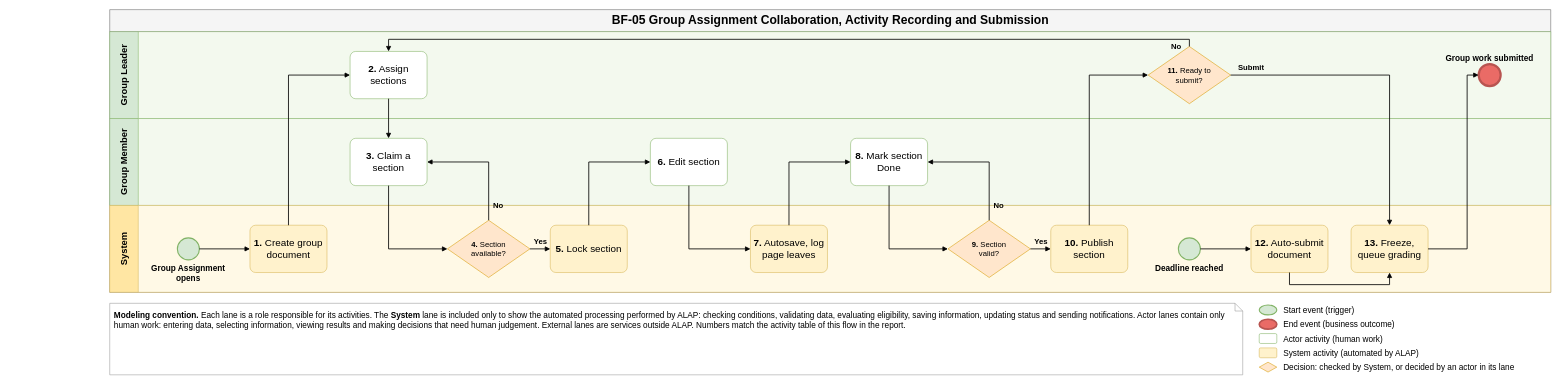
The draw.io diagram aidlc-docs/inception/main-business-flows/BF-05-Group-Assignment-Collaboration-and-Submission.drawio in hygef-v4/AI-Powered-Learning-Platform, before the edit. Source tidied: cells renumbered, new cells numbered last; positions are measured from the earlier drawing's top-left corner, leaving out a move shared by most shapes. Both pictures are drawn from the tidied source at 55%, with x=0, y=0 at pixel (109, 9).
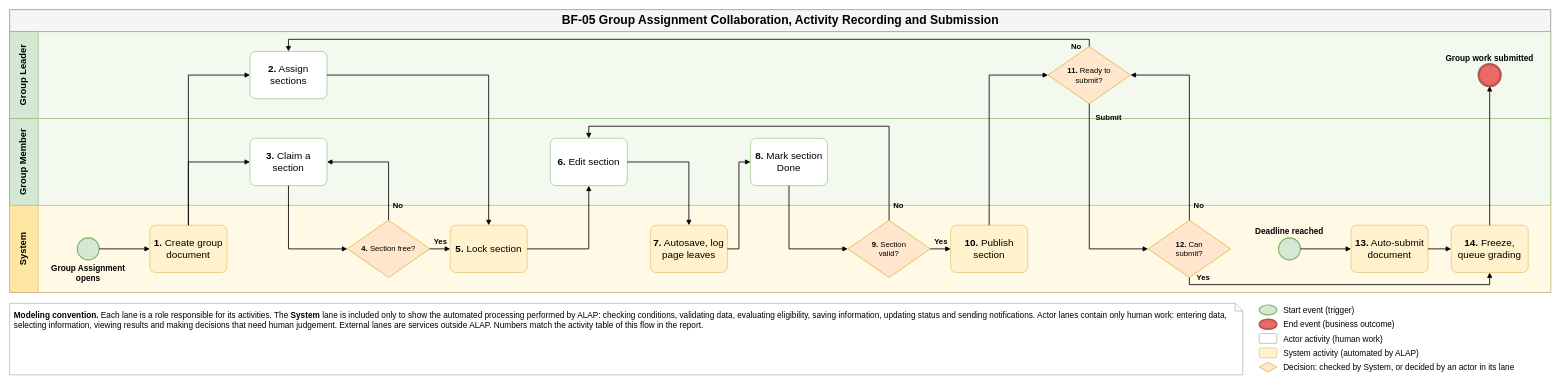
Above is the later version.

Unchanged cells that the change refers to:
```xml
<mxCell id="7" value="&lt;b&gt;1.&lt;/b&gt; Create group document" style="rounded=1;whiteSpace=wrap;html=1;fillColor=#FFF2CC;strokeColor=#D6B656;fontSize=18;spacing=4;arcSize=12;" parent="5" vertex="1">
  <mxGeometry x="255" y="36" width="140" height="86" as="geometry" />
</mxCell>
<mxCell id="8" value="&lt;b&gt;2.&lt;/b&gt; Assign sections" style="rounded=1;whiteSpace=wrap;html=1;fillColor=#FFFFFF;strokeColor=#82B366;fontSize=18;spacing=4;arcSize=12;" parent="3" vertex="1">
  <mxGeometry x="437" y="36" width="140" height="86" as="geometry" />
</mxCell>
<mxCell id="9" value="&lt;b&gt;3.&lt;/b&gt; Claim a section" style="rounded=1;whiteSpace=wrap;html=1;fillColor=#FFFFFF;strokeColor=#82B366;fontSize=18;spacing=4;arcSize=12;" parent="4" vertex="1">
  <mxGeometry x="437" y="36" width="140" height="86" as="geometry" />
</mxCell>
<mxCell id="11" value="&lt;b&gt;5.&lt;/b&gt; Lock section" style="rounded=1;whiteSpace=wrap;html=1;fillColor=#FFF2CC;strokeColor=#D6B656;fontSize=18;spacing=4;arcSize=12;" parent="5" vertex="1">
  <mxGeometry x="801" y="36" width="140" height="86" as="geometry" />
</mxCell>
<mxCell id="12" value="&lt;b&gt;6.&lt;/b&gt; Edit section" style="rounded=1;whiteSpace=wrap;html=1;fillColor=#FFFFFF;strokeColor=#82B366;fontSize=18;spacing=4;arcSize=12;" parent="4" vertex="1">
  <mxGeometry x="983" y="36" width="140" height="86" as="geometry" />
</mxCell>
<mxCell id="13" value="&lt;b&gt;7.&lt;/b&gt; Autosave, log page leaves" style="rounded=1;whiteSpace=wrap;html=1;fillColor=#FFF2CC;strokeColor=#D6B656;fontSize=18;spacing=4;arcSize=12;" parent="5" vertex="1">
  <mxGeometry x="1165" y="36" width="140" height="86" as="geometry" />
</mxCell>
<mxCell id="14" value="&lt;b&gt;8.&lt;/b&gt; Mark section Done" style="rounded=1;whiteSpace=wrap;html=1;fillColor=#FFFFFF;strokeColor=#82B366;fontSize=18;spacing=4;arcSize=12;" parent="4" vertex="1">
  <mxGeometry x="1347" y="36" width="140" height="86" as="geometry" />
</mxCell>
<mxCell id="15" value="&lt;b&gt;9.&lt;/b&gt; Section valid?" style="rhombus;whiteSpace=wrap;html=1;fillColor=#FFE6CC;strokeColor=#D79B00;fontSize=14;spacing=0;spacingLeft=26;spacingRight=26;" parent="5" vertex="1">
  <mxGeometry x="1524" y="27" width="150" height="104" as="geometry" />
</mxCell>
<mxCell id="16" value="&lt;b&gt;10.&lt;/b&gt; Publish section" style="rounded=1;whiteSpace=wrap;html=1;fillColor=#FFF2CC;strokeColor=#D6B656;fontSize=18;spacing=4;arcSize=12;" parent="5" vertex="1">
  <mxGeometry x="1711" y="36" width="140" height="86" as="geometry" />
</mxCell>
<mxCell id="17" value="&lt;b&gt;11.&lt;/b&gt; Ready to submit?" style="rhombus;whiteSpace=wrap;html=1;fillColor=#FFE6CC;strokeColor=#D79B00;fontSize=14;spacing=0;spacingLeft=26;spacingRight=26;" parent="3" vertex="1">
  <mxGeometry x="1888" y="27" width="150" height="104" as="geometry" />
</mxCell>
```

The edit, as a diff of the source:
```diff
@@
     <mxCell id="2" value="BF-05 Group Assignment Collaboration, Activity Recording and Submission" style="swimlane;horizontal=1;startSize=40;html=1;fontSize=22;fontStyle=1;align=center;verticalAlign=middle;fillColor=#F5F5F5;strokeColor=#666666;" parent="1" vertex="1">
-      <mxGeometry width="2620" height="514" as="geometry" />
+      <mxGeometry x="-182" width="2802" height="514" as="geometry" />
     </mxCell>
     <mxCell id="3" value="Group Leader" style="swimlane;startSize=52;horizontal=0;html=1;whiteSpace=wrap;fillColor=#D5E8D4;swimlaneFillColor=#F3F9EE;strokeColor=#82B366;fontSize=17;fontStyle=1;align=center;verticalAlign=middle;spacing=4;" parent="2" vertex="1">
-      <mxGeometry y="40" width="2620" height="158" as="geometry" />
+      <mxGeometry y="40" width="2802" height="158" as="geometry" />
     </mxCell>
     <mxCell id="4" value="Group Member" style="swimlane;startSize=52;horizontal=0;html=1;whiteSpace=wrap;fillColor=#D5E8D4;swimlaneFillColor=#F3F9EE;strokeColor=#82B366;fontSize=17;fontStyle=1;align=center;verticalAlign=middle;spacing=4;" parent="2" vertex="1">
-      <mxGeometry y="198" width="2620" height="158" as="geometry" />
+      <mxGeometry y="198" width="2802" height="158" as="geometry" />
     </mxCell>
     <mxCell id="5" value="System" style="swimlane;startSize=52;horizontal=0;html=1;whiteSpace=wrap;fillColor=#FFE6A3;swimlaneFillColor=#FFF9E6;strokeColor=#D6B656;fontSize=17;fontStyle=1;align=center;verticalAlign=middle;spacing=4;" parent="2" vertex="1">
-      <mxGeometry y="356" width="2620" height="158" as="geometry" />
+      <mxGeometry y="356" width="2802" height="158" as="geometry" />
     </mxCell>
@@
-    <mxCell id="10" value="&lt;b&gt;4.&lt;/b&gt; Section available?" style="rhombus;whiteSpace=wrap;html=1;fillColor=#FFE6CC;strokeColor=#D79B00;fontSize=14;spacing=0;spacingLeft=26;spacingRight=26;" parent="5" vertex="1">
+    <mxCell id="10" value="&lt;b&gt;4.&lt;/b&gt; Section free?" style="rhombus;whiteSpace=wrap;html=1;fillColor=#FFE6CC;strokeColor=#D79B00;fontSize=14;spacing=0;spacingLeft=26;spacingRight=26;" parent="5" vertex="1">
       <mxGeometry x="614" y="27" width="150" height="104" as="geometry" />
     </mxCell>
@@
+    <mxCell id="51" value="&lt;b&gt;12.&lt;/b&gt; Can submit?" style="rhombus;whiteSpace=wrap;html=1;fillColor=#FFE6CC;strokeColor=#D79B00;fontSize=14;spacing=0;spacingLeft=26;spacingRight=26;" parent="5" vertex="1">
+      <mxGeometry x="2070" y="27" width="150" height="104" as="geometry" />
+    </mxCell>
-    <mxCell id="18" value="&lt;b&gt;13.&lt;/b&gt; Freeze, queue grading" style="rounded=1;whiteSpace=wrap;html=1;fillColor=#FFF2CC;strokeColor=#D6B656;fontSize=18;spacing=4;arcSize=12;" parent="5" vertex="1">
-      <mxGeometry x="2257" y="36" width="140" height="86" as="geometry" />
+    <mxCell id="18" value="&lt;b&gt;13.&lt;/b&gt; Auto-submit document" style="rounded=1;whiteSpace=wrap;html=1;fillColor=#FFF2CC;strokeColor=#D6B656;fontSize=18;spacing=4;arcSize=12;" parent="5" vertex="1">
+      <mxGeometry x="2439" y="36" width="140" height="86" as="geometry" />
     </mxCell>
+    <mxCell id="21" value="&lt;b&gt;14.&lt;/b&gt; Freeze, queue grading" style="rounded=1;whiteSpace=wrap;html=1;fillColor=#FFF2CC;strokeColor=#D6B656;fontSize=18;spacing=4;arcSize=12;" parent="5" vertex="1">
+      <mxGeometry x="2621" y="36" width="140" height="86" as="geometry" />
+    </mxCell>
+    <mxCell id="20" value="Deadline reached" style="ellipse;html=1;fillColor=#D5E8D4;strokeColor=#82B366;strokeWidth=2;fontStyle=1;fontSize=15;whiteSpace=wrap;labelWidth=170;verticalLabelPosition=top;verticalAlign=bottom;labelPosition=center;align=center;" parent="5" vertex="1">
+      <mxGeometry x="2307" y="59" width="40" height="40" as="geometry" />
+    </mxCell>
     <mxCell id="19" value="Group work submitted" style="ellipse;html=1;fillColor=#EA6B66;strokeColor=#B85450;strokeWidth=4;fontStyle=1;fontSize=15;whiteSpace=wrap;labelWidth=170;verticalLabelPosition=top;verticalAlign=bottom;labelPosition=center;align=center;" parent="3" vertex="1">
-      <mxGeometry x="2489" y="59" width="40" height="40" as="geometry" />
+      <mxGeometry x="2671" y="59" width="40" height="40" as="geometry" />
     </mxCell>
-    <mxCell id="20" value="Deadline reached" style="ellipse;html=1;fillColor=#D5E8D4;strokeColor=#82B366;strokeWidth=2;fontStyle=1;fontSize=15;whiteSpace=wrap;labelWidth=170;verticalLabelPosition=bottom;verticalAlign=top;labelPosition=center;align=center;" parent="5" vertex="1">
-      <mxGeometry x="1943" y="59" width="40" height="40" as="geometry" />
-    </mxCell>
-    <mxCell id="21" value="&lt;b&gt;12.&lt;/b&gt; Auto-submit document" style="rounded=1;whiteSpace=wrap;html=1;fillColor=#FFF2CC;strokeColor=#D6B656;fontSize=18;spacing=4;arcSize=12;" parent="5" vertex="1">
-      <mxGeometry x="2075" y="36" width="140" height="86" as="geometry" />
-    </mxCell>
@@
     <mxCell id="23" style="edgeStyle=none;rounded=0;html=1;endArrow=block;endFill=1;strokeWidth=1.5;labelBackgroundColor=none;fontSize=14;fontStyle=1;align=center;exitX=0.5;exitY=0;exitDx=0;exitDy=0;entryX=0;entryY=0.5;entryDx=0;entryDy=0;" parent="1" edge="1" source="7" target="8">
       <mxGeometry relative="1" as="geometry">
         <Array as="points">
-          <mxPoint x="325" y="119" />
+          <mxPoint x="143" y="119" />
         </Array>
       </mxGeometry>
     </mxCell>
-    <mxCell id="24" style="edgeStyle=none;rounded=0;html=1;endArrow=block;endFill=1;strokeWidth=1.5;labelBackgroundColor=none;fontSize=14;fontStyle=1;align=center;exitX=0.5;exitY=1;exitDx=0;exitDy=0;entryX=0.5;entryY=0;entryDx=0;entryDy=0;" parent="1" edge="1" source="8" target="9">
-      <mxGeometry relative="1" as="geometry" />
+    <mxCell id="24" style="edgeStyle=none;rounded=0;html=1;endArrow=block;endFill=1;strokeWidth=1.5;labelBackgroundColor=none;fontSize=14;fontStyle=1;align=center;exitX=0.5;exitY=0;exitDx=0;exitDy=0;entryX=0;entryY=0.5;entryDx=0;entryDy=0;" parent="1" edge="1" source="7" target="9">
+      <mxGeometry relative="1" as="geometry">
+        <Array as="points">
+          <mxPoint x="143" y="277" />
+        </Array>
+      </mxGeometry>
     </mxCell>
-    <mxCell id="25" style="edgeStyle=none;rounded=0;html=1;endArrow=block;endFill=1;strokeWidth=1.5;labelBackgroundColor=none;fontSize=14;fontStyle=1;align=center;exitX=0.5;exitY=1;exitDx=0;exitDy=0;entryX=0;entryY=0.5;entryDx=0;entryDy=0;" parent="1" edge="1" source="9" target="10">
+    <mxCell id="25" style="edgeStyle=none;rounded=0;html=1;endArrow=block;endFill=1;strokeWidth=1.5;labelBackgroundColor=none;fontSize=14;fontStyle=1;align=center;exitX=1;exitY=0.5;exitDx=0;exitDy=0;entryX=0.5;entryY=0;entryDx=0;entryDy=0;" parent="1" edge="1" source="8" target="11">
       <mxGeometry relative="1" as="geometry">
         <Array as="points">
-          <mxPoint x="507" y="435" />
+          <mxPoint x="689" y="119" />
         </Array>
       </mxGeometry>
     </mxCell>
-    <mxCell id="26" value="No" style="edgeStyle=none;rounded=0;html=1;endArrow=block;endFill=1;strokeWidth=1.5;labelBackgroundColor=none;fontSize=14;fontStyle=1;align=center;exitX=0.5;exitY=0;exitDx=0;exitDy=0;entryX=1;entryY=0.5;entryDx=0;entryDy=0;" parent="1" edge="1" source="10" target="9">
-      <mxGeometry x="-0.76" relative="1" as="geometry">
+    <mxCell id="26" style="edgeStyle=none;rounded=0;html=1;endArrow=block;endFill=1;strokeWidth=1.5;labelBackgroundColor=none;fontSize=14;fontStyle=1;align=center;exitX=0.5;exitY=1;exitDx=0;exitDy=0;entryX=0;entryY=0.5;entryDx=0;entryDy=0;" parent="1" edge="1" source="9" target="10">
+      <mxGeometry relative="1" as="geometry">
         <Array as="points">
-          <mxPoint x="689" y="277" />
+          <mxPoint x="325" y="435" />
         </Array>
-        <mxPoint x="17" as="offset" />
       </mxGeometry>
     </mxCell>
-    <mxCell id="27" value="Yes" style="edgeStyle=none;rounded=0;html=1;endArrow=block;endFill=1;strokeWidth=1.5;labelBackgroundColor=none;fontSize=14;fontStyle=1;align=center;exitX=1;exitY=0.5;exitDx=0;exitDy=0;entryX=0;entryY=0.5;entryDx=0;entryDy=0;" parent="1" edge="1" source="10" target="11">
-      <mxGeometry relative="1" as="geometry">
-        <mxPoint y="-13" as="offset" />
+    <mxCell id="27" value="No" style="edgeStyle=none;rounded=0;html=1;endArrow=block;endFill=1;strokeWidth=1.5;labelBackgroundColor=none;fontSize=14;fontStyle=1;align=center;exitX=0.5;exitY=0;exitDx=0;exitDy=0;entryX=1;entryY=0.5;entryDx=0;entryDy=0;" parent="1" edge="1" source="10" target="9">
+      <mxGeometry x="-0.76" relative="1" as="geometry">
+        <Array as="points">
+          <mxPoint x="507" y="277" />
+        </Array>
+        <mxPoint x="17" as="offset" />
       </mxGeometry>
     </mxCell>
-    <mxCell id="28" style="edgeStyle=none;rounded=0;html=1;endArrow=block;endFill=1;strokeWidth=1.5;labelBackgroundColor=none;fontSize=14;fontStyle=1;align=center;exitX=0.5;exitY=0;exitDx=0;exitDy=0;entryX=0;entryY=0.5;entryDx=0;entryDy=0;" parent="1" edge="1" source="11" target="12">
+    <mxCell id="28" value="Yes" style="edgeStyle=none;rounded=0;html=1;endArrow=block;endFill=1;strokeWidth=1.5;labelBackgroundColor=none;fontSize=14;fontStyle=1;align=center;exitX=1;exitY=0.5;exitDx=0;exitDy=0;entryX=0;entryY=0.5;entryDx=0;entryDy=0;" parent="1" edge="1" source="10" target="11">
       <mxGeometry relative="1" as="geometry">
-        <Array as="points">
-          <mxPoint x="871" y="277" />
-        </Array>
+        <mxPoint y="-13" as="offset" />
       </mxGeometry>
     </mxCell>
-    <mxCell id="29" style="edgeStyle=none;rounded=0;html=1;endArrow=block;endFill=1;strokeWidth=1.5;labelBackgroundColor=none;fontSize=14;fontStyle=1;align=center;exitX=0.5;exitY=1;exitDx=0;exitDy=0;entryX=0;entryY=0.5;entryDx=0;entryDy=0;" parent="1" edge="1" source="12" target="13">
+    <mxCell id="29" style="edgeStyle=none;rounded=0;html=1;endArrow=block;endFill=1;strokeWidth=1.5;labelBackgroundColor=none;fontSize=14;fontStyle=1;align=center;exitX=1;exitY=0.5;exitDx=0;exitDy=0;entryX=0.5;entryY=1;entryDx=0;entryDy=0;" parent="1" edge="1" source="11" target="12">
       <mxGeometry relative="1" as="geometry">
         <Array as="points">
-          <mxPoint x="1053" y="435" />
+          <mxPoint x="871" y="435" />
         </Array>
       </mxGeometry>
     </mxCell>
-    <mxCell id="30" style="edgeStyle=none;rounded=0;html=1;endArrow=block;endFill=1;strokeWidth=1.5;labelBackgroundColor=none;fontSize=14;fontStyle=1;align=center;exitX=0.5;exitY=0;exitDx=0;exitDy=0;entryX=0;entryY=0.5;entryDx=0;entryDy=0;" parent="1" edge="1" source="13" target="14">
+    <mxCell id="30" style="edgeStyle=none;rounded=0;html=1;endArrow=block;endFill=1;strokeWidth=1.5;labelBackgroundColor=none;fontSize=14;fontStyle=1;align=center;exitX=1;exitY=0.5;exitDx=0;exitDy=0;entryX=0.5;entryY=0;entryDx=0;entryDy=0;" parent="1" edge="1" source="12" target="13">
       <mxGeometry relative="1" as="geometry">
         <Array as="points">
-          <mxPoint x="1235" y="277" />
+          <mxPoint x="1053" y="277" />
         </Array>
       </mxGeometry>
     </mxCell>
-    <mxCell id="31" style="edgeStyle=none;rounded=0;html=1;endArrow=block;endFill=1;strokeWidth=1.5;labelBackgroundColor=none;fontSize=14;fontStyle=1;align=center;exitX=0.5;exitY=1;exitDx=0;exitDy=0;entryX=0;entryY=0.5;entryDx=0;entryDy=0;" parent="1" edge="1" source="14" target="15">
+    <mxCell id="31" style="edgeStyle=none;rounded=0;html=1;endArrow=block;endFill=1;strokeWidth=1.5;labelBackgroundColor=none;fontSize=14;fontStyle=1;align=center;exitX=1;exitY=0.5;exitDx=0;exitDy=0;entryX=0;entryY=0.5;entryDx=0;entryDy=0;" parent="1" edge="1" source="13" target="14">
       <mxGeometry relative="1" as="geometry">
         <Array as="points">
-          <mxPoint x="1417" y="435" />
+          <mxPoint x="1144" y="435" />
+          <mxPoint x="1144" y="277" />
         </Array>
       </mxGeometry>
     </mxCell>
-    <mxCell id="32" value="No" style="edgeStyle=none;rounded=0;html=1;endArrow=block;endFill=1;strokeWidth=1.5;labelBackgroundColor=none;fontSize=14;fontStyle=1;align=center;exitX=0.5;exitY=0;exitDx=0;exitDy=0;entryX=1;entryY=0.5;entryDx=0;entryDy=0;" parent="1" edge="1" source="15" target="14">
-      <mxGeometry x="-0.76" relative="1" as="geometry">
+    <mxCell id="32" style="edgeStyle=none;rounded=0;html=1;endArrow=block;endFill=1;strokeWidth=1.5;labelBackgroundColor=none;fontSize=14;fontStyle=1;align=center;exitX=0.5;exitY=1;exitDx=0;exitDy=0;entryX=0;entryY=0.5;entryDx=0;entryDy=0;" parent="1" edge="1" source="14" target="15">
+      <mxGeometry relative="1" as="geometry">
         <Array as="points">
-          <mxPoint x="1599" y="277" />
+          <mxPoint x="1235" y="435" />
         </Array>
-        <mxPoint x="17" as="offset" />
       </mxGeometry>
     </mxCell>
-    <mxCell id="33" value="Yes" style="edgeStyle=none;rounded=0;html=1;endArrow=block;endFill=1;strokeWidth=1.5;labelBackgroundColor=none;fontSize=14;fontStyle=1;align=center;exitX=1;exitY=0.5;exitDx=0;exitDy=0;entryX=0;entryY=0.5;entryDx=0;entryDy=0;" parent="1" edge="1" source="15" target="16">
-      <mxGeometry relative="1" as="geometry">
-        <mxPoint y="-13" as="offset" />
+    <mxCell id="33" value="No" style="edgeStyle=none;rounded=0;html=1;endArrow=block;endFill=1;strokeWidth=1.5;labelBackgroundColor=none;fontSize=14;fontStyle=1;align=center;exitX=0.5;exitY=0;exitDx=0;exitDy=0;entryX=0.5;entryY=0;entryDx=0;entryDy=0;" parent="1" edge="1" source="15" target="12">
+      <mxGeometry x="-0.93" relative="1" as="geometry">
+        <Array as="points">
+          <mxPoint x="1417" y="212" />
+          <mxPoint x="871" y="212" />
+        </Array>
+        <mxPoint x="17" as="offset" />
       </mxGeometry>
     </mxCell>
-    <mxCell id="34" style="edgeStyle=none;rounded=0;html=1;endArrow=block;endFill=1;strokeWidth=1.5;labelBackgroundColor=none;fontSize=14;fontStyle=1;align=center;exitX=0.5;exitY=0;exitDx=0;exitDy=0;entryX=0;entryY=0.5;entryDx=0;entryDy=0;" parent="1" edge="1" source="16" target="17">
+    <mxCell id="34" value="Yes" style="edgeStyle=none;rounded=0;html=1;endArrow=block;endFill=1;strokeWidth=1.5;labelBackgroundColor=none;fontSize=14;fontStyle=1;align=center;exitX=1;exitY=0.5;exitDx=0;exitDy=0;entryX=0;entryY=0.5;entryDx=0;entryDy=0;" parent="1" edge="1" source="15" target="16">
       <mxGeometry relative="1" as="geometry">
-        <Array as="points">
-          <mxPoint x="1781" y="119" />
-        </Array>
+        <mxPoint y="-13" as="offset" />
       </mxGeometry>
     </mxCell>
-    <mxCell id="35" value="No" style="edgeStyle=none;rounded=0;html=1;endArrow=block;endFill=1;strokeWidth=1.5;labelBackgroundColor=none;fontSize=14;fontStyle=1;align=center;exitX=0.5;exitY=0;exitDx=0;exitDy=0;entryX=0.5;entryY=0;entryDx=0;entryDy=0;" parent="1" edge="1" source="17" target="8">
-      <mxGeometry x="-0.95" relative="1" as="geometry">
+    <mxCell id="35" style="edgeStyle=none;rounded=0;html=1;endArrow=block;endFill=1;strokeWidth=1.5;labelBackgroundColor=none;fontSize=14;fontStyle=1;align=center;exitX=0.5;exitY=0;exitDx=0;exitDy=0;entryX=0;entryY=0.5;entryDx=0;entryDy=0;" parent="1" edge="1" source="16" target="17">
+      <mxGeometry relative="1" as="geometry">
         <Array as="points">
-          <mxPoint x="1963" y="54" />
-          <mxPoint x="507" y="54" />
+          <mxPoint x="1599" y="119" />
         </Array>
-        <mxPoint y="13" as="offset" />
       </mxGeometry>
     </mxCell>
-    <mxCell id="36" value="Submit" style="edgeStyle=none;rounded=0;html=1;endArrow=block;endFill=1;strokeWidth=1.5;labelBackgroundColor=none;fontSize=14;fontStyle=1;align=center;exitX=1;exitY=0.5;exitDx=0;exitDy=0;entryX=0.5;entryY=0;entryDx=0;entryDy=0;" parent="1" edge="1" source="17" target="18">
-      <mxGeometry x="-0.87" relative="1" as="geometry">
+    <mxCell id="36" value="No" style="edgeStyle=none;rounded=0;html=1;endArrow=block;endFill=1;strokeWidth=1.5;labelBackgroundColor=none;fontSize=14;fontStyle=1;align=center;exitX=0.5;exitY=0;exitDx=0;exitDy=0;entryX=0.5;entryY=0;entryDx=0;entryDy=0;" parent="1" edge="1" source="17" target="8">
+      <mxGeometry x="-0.95" relative="1" as="geometry">
         <Array as="points">
-          <mxPoint x="2327" y="119" />
+          <mxPoint x="1781" y="54" />
+          <mxPoint x="325" y="54" />
         </Array>
-        <mxPoint y="-13" as="offset" />
+        <mxPoint y="13" as="offset" />
       </mxGeometry>
     </mxCell>
-    <mxCell id="37" style="edgeStyle=none;rounded=0;html=1;endArrow=block;endFill=1;strokeWidth=1.5;labelBackgroundColor=none;fontSize=14;fontStyle=1;align=center;exitX=1;exitY=0.5;exitDx=0;exitDy=0;entryX=0;entryY=0.5;entryDx=0;entryDy=0;" parent="1" edge="1" source="18" target="19">
-      <mxGeometry relative="1" as="geometry">
+    <mxCell id="37" value="Submit" style="edgeStyle=none;rounded=0;html=1;endArrow=block;endFill=1;strokeWidth=1.5;labelBackgroundColor=none;fontSize=14;fontStyle=1;align=center;exitX=0.5;exitY=1;exitDx=0;exitDy=0;entryX=0;entryY=0.5;entryDx=0;entryDy=0;" parent="1" edge="1" source="17" target="51">
+      <mxGeometry x="-0.86" relative="1" as="geometry">
         <Array as="points">
-          <mxPoint x="2468" y="435" />
-          <mxPoint x="2468" y="119" />
+          <mxPoint x="1781" y="435" />
         </Array>
+        <mxPoint x="35" as="offset" />
       </mxGeometry>
     </mxCell>
-    <mxCell id="38" style="edgeStyle=none;rounded=0;html=1;endArrow=block;endFill=1;strokeWidth=1.5;labelBackgroundColor=none;fontSize=14;fontStyle=1;align=center;exitX=1;exitY=0.5;exitDx=0;exitDy=0;entryX=0;entryY=0.5;entryDx=0;entryDy=0;" parent="1" edge="1" source="20" target="21">
-      <mxGeometry relative="1" as="geometry" />
+    <mxCell id="38" value="No" style="edgeStyle=none;rounded=0;html=1;endArrow=block;endFill=1;strokeWidth=1.5;labelBackgroundColor=none;fontSize=14;fontStyle=1;align=center;exitX=0.5;exitY=0;exitDx=0;exitDy=0;entryX=1;entryY=0.5;entryDx=0;entryDy=0;" parent="1" edge="1" source="51" target="17">
+      <mxGeometry x="-0.86" relative="1" as="geometry">
+        <Array as="points">
+          <mxPoint x="1963" y="119" />
+        </Array>
+        <mxPoint x="17" as="offset" />
+      </mxGeometry>
     </mxCell>
-    <mxCell id="39" style="edgeStyle=none;rounded=0;html=1;endArrow=block;endFill=1;strokeWidth=1.5;labelBackgroundColor=none;fontSize=14;fontStyle=1;align=center;exitX=0.5;exitY=1;exitDx=0;exitDy=0;entryX=0.5;entryY=1;entryDx=0;entryDy=0;" parent="1" edge="1" source="21" target="18">
-      <mxGeometry relative="1" as="geometry">
+    <mxCell id="39" value="Yes" style="edgeStyle=none;rounded=0;html=1;endArrow=block;endFill=1;strokeWidth=1.5;labelBackgroundColor=none;fontSize=14;fontStyle=1;align=center;exitX=0.5;exitY=1;exitDx=0;exitDy=0;entryX=0.5;entryY=1;entryDx=0;entryDy=0;" parent="1" edge="1" source="51" target="21">
+      <mxGeometry x="-0.87" relative="1" as="geometry">
         <Array as="points">
-          <mxPoint x="2145" y="500" />
-          <mxPoint x="2327" y="500" />
+          <mxPoint x="1963" y="500" />
+          <mxPoint x="2509" y="500" />
         </Array>
+        <mxPoint y="-13" as="offset" />
       </mxGeometry>
     </mxCell>
+    <mxCell id="52" style="edgeStyle=none;rounded=0;html=1;endArrow=block;endFill=1;strokeWidth=1.5;labelBackgroundColor=none;fontSize=14;fontStyle=1;align=center;exitX=1;exitY=0.5;exitDx=0;exitDy=0;entryX=0;entryY=0.5;entryDx=0;entryDy=0;" parent="1" edge="1" source="20" target="18">
+      <mxGeometry relative="1" as="geometry" />
+    </mxCell>
+    <mxCell id="53" style="edgeStyle=none;rounded=0;html=1;endArrow=block;endFill=1;strokeWidth=1.5;labelBackgroundColor=none;fontSize=14;fontStyle=1;align=center;exitX=1;exitY=0.5;exitDx=0;exitDy=0;entryX=0;entryY=0.5;entryDx=0;entryDy=0;" parent="1" edge="1" source="18" target="21">
+      <mxGeometry relative="1" as="geometry" />
+    </mxCell>
+    <mxCell id="54" style="edgeStyle=none;rounded=0;html=1;endArrow=block;endFill=1;strokeWidth=1.5;labelBackgroundColor=none;fontSize=14;fontStyle=1;align=center;exitX=0.5;exitY=0;exitDx=0;exitDy=0;entryX=0.5;entryY=1;entryDx=0;entryDy=0;" parent="1" edge="1" source="21" target="19">
+      <mxGeometry relative="1" as="geometry" />
+    </mxCell>
     <mxCell id="40" value="&lt;b&gt;Modeling convention.&lt;/b&gt; Each lane is a role responsible for its activities. The &lt;b&gt;System&lt;/b&gt; lane is included only to show the automated processing performed by ALAP: checking conditions, validating data, evaluating eligibility, saving information, updating status and sending notifications. Actor lanes contain only human work: entering data, selecting information, viewing results and making decisions that need human judgement. External lanes are services outside ALAP. Numbers match the activity table of this flow in the report." style="shape=note;whiteSpace=wrap;html=1;size=14;fillColor=#FFFFFF;strokeColor=#999999;fontSize=15;align=left;verticalAlign=top;spacing=8;" parent="1" vertex="1">
-      <mxGeometry y="534" width="2060" height="130" as="geometry" />
+      <mxGeometry x="-182" y="534" width="2242" height="130" as="geometry" />
     </mxCell>
```
